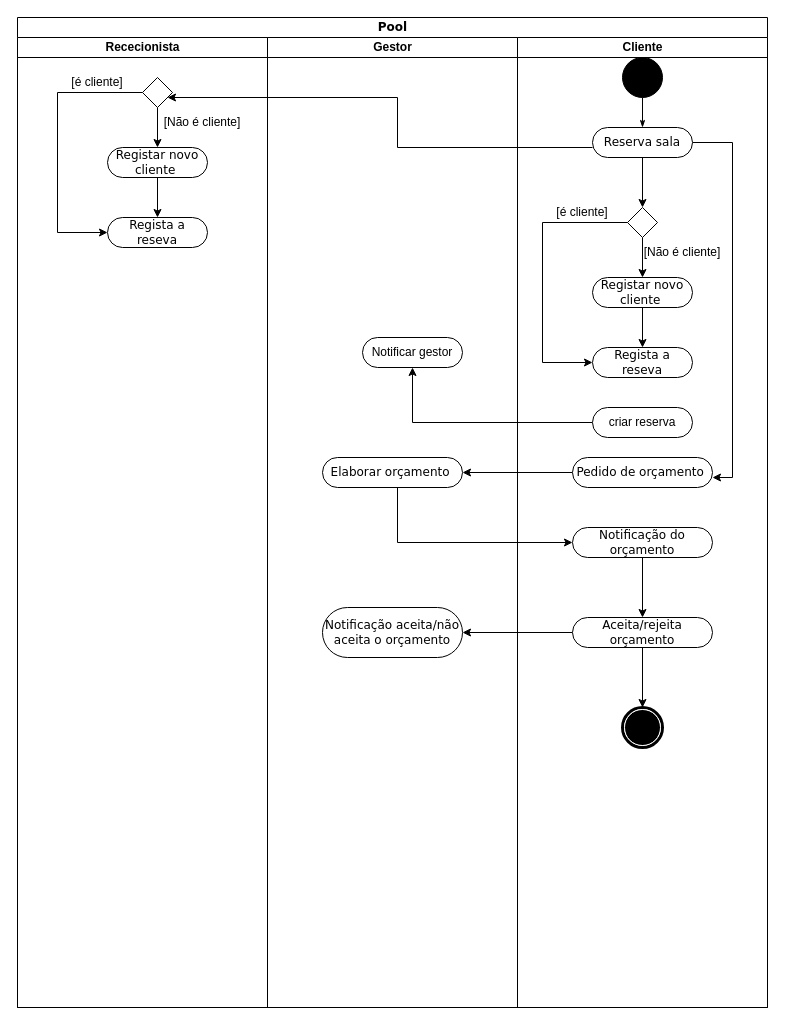
Before: Diagrama de Atividade (reserva de sala).drawio in ic3K1ng/Rooms-Equipments, a draw.io diagram. Source tidied: cells renumbered, new cells numbered last; positions are measured from the earlier drawing's top-left corner, leaving out a move shared by most shapes. Both pictures are drawn from the tidied source at 100%, with x=0, y=0 at pixel (17, 17).
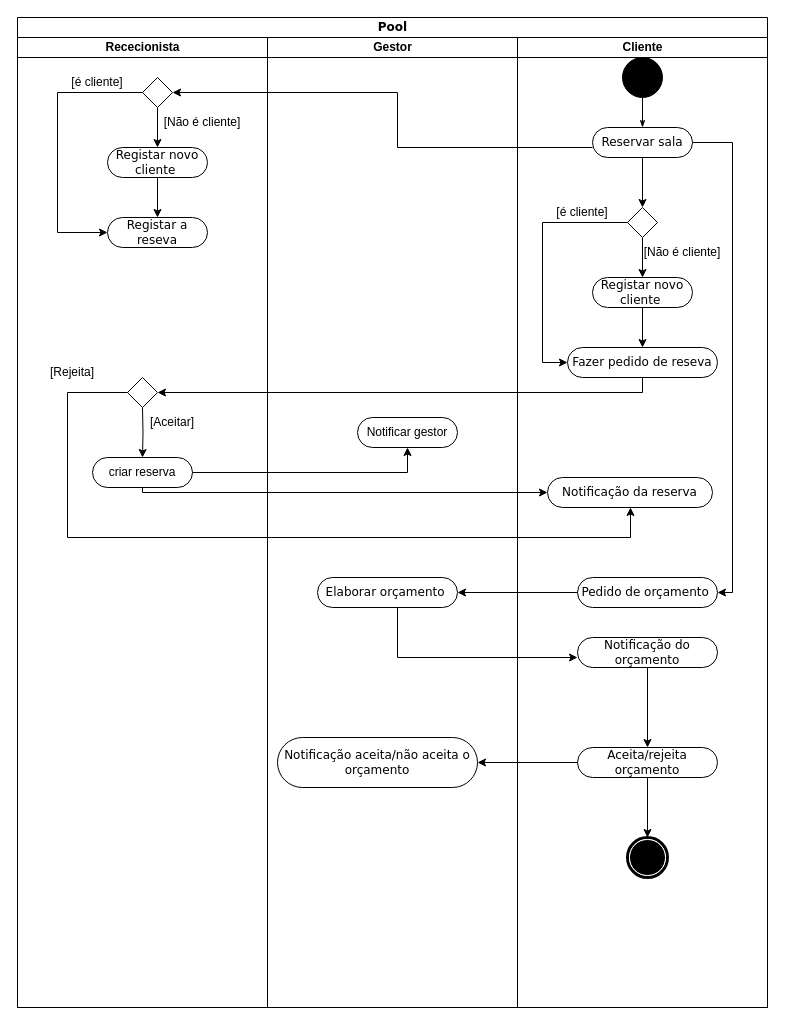
The same diagram, later.

The change refers to these unchanged cells:
```xml
<mxCell id="2" value="Pool" style="swimlane;html=1;startSize=20;rounded=0;shadow=0;comic=0;labelBackgroundColor=none;strokeWidth=1;fontFamily=Verdana;fontSize=12;align=center;" parent="1" vertex="1">
  <mxGeometry width="750" height="990" as="geometry" />
</mxCell>
<mxCell id="3" value="Rececionista" style="swimlane;html=1;startSize=20;" parent="2" vertex="1">
  <mxGeometry y="20" width="250" height="970" as="geometry" />
</mxCell>
<mxCell id="5" style="rhombus;" parent="3" vertex="1">
  <mxGeometry x="125" y="40" width="30" height="30" as="geometry" />
</mxCell>
<mxCell id="12" value="Gestor" style="swimlane;html=1;startSize=20;" parent="2" vertex="1">
  <mxGeometry x="250" y="20" width="250" height="970" as="geometry" />
</mxCell>
<mxCell id="21" value="Cliente" style="swimlane;html=1;startSize=20;" parent="2" vertex="1">
  <mxGeometry x="500" y="20" width="250" height="970" as="geometry" />
</mxCell>
```

What changed in the source:
```diff
@@
-    <mxCell id="9" value="Regista a reseva" style="rounded=1;whiteSpace=wrap;html=1;shadow=0;comic=0;labelBackgroundColor=none;strokeWidth=1;fontFamily=Verdana;fontSize=12;align=center;arcSize=50;" parent="3" vertex="1">
+    <mxCell id="9" value="Registar a reseva" style="rounded=1;whiteSpace=wrap;html=1;shadow=0;comic=0;labelBackgroundColor=none;strokeWidth=1;fontFamily=Verdana;fontSize=12;align=center;arcSize=50;" parent="3" vertex="1">
       <mxGeometry x="90" y="180" width="100" height="30" as="geometry" />
     </mxCell>
@@
+    <mxCell id="28" value="&lt;span style=&quot;font-family: Helvetica;&quot;&gt;criar reserva&lt;/span&gt;" style="rounded=1;whiteSpace=wrap;html=1;shadow=0;comic=0;labelBackgroundColor=none;strokeWidth=1;fontFamily=Verdana;fontSize=12;align=center;arcSize=50;" parent="3" vertex="1">
+      <mxGeometry x="75" y="420" width="100" height="30" as="geometry" />
+    </mxCell>
+    <mxCell id="42" style="edgeStyle=orthogonalEdgeStyle;rounded=0;jettySize=auto;html=1;entryX=0.5;entryY=0;entryDx=0;entryDy=0;" parent="3" edge="1" target="28">
+      <mxGeometry relative="1" as="geometry">
+        <mxPoint x="125" y="370" as="sourcePoint" />
+      </mxGeometry>
+    </mxCell>
+    <mxCell id="43" style="rhombus;" parent="3" vertex="1">
+      <mxGeometry x="110" y="340" width="30" height="30" as="geometry" />
+    </mxCell>
+    <mxCell id="44" value="[Aceitar]" style="text;html=1;align=center;verticalAlign=middle;whiteSpace=wrap;rounded=0;" parent="3" vertex="1">
+      <mxGeometry x="110" y="370" width="90" height="30" as="geometry" />
+    </mxCell>
+    <mxCell id="45" value="[Rejeita]" style="text;html=1;align=center;verticalAlign=middle;whiteSpace=wrap;rounded=0;" parent="3" vertex="1">
+      <mxGeometry x="10" y="320" width="90" height="30" as="geometry" />
+    </mxCell>
@@
     <mxCell id="13" value="Elaborar orçamento&amp;nbsp;" style="rounded=1;whiteSpace=wrap;html=1;shadow=0;comic=0;labelBackgroundColor=none;strokeWidth=1;fontFamily=Verdana;fontSize=12;align=center;arcSize=50;" parent="12" vertex="1">
-      <mxGeometry x="55" y="420" width="140" height="30" as="geometry" />
+      <mxGeometry x="50" y="540" width="140" height="30" as="geometry" />
     </mxCell>
+    <mxCell id="15" value="Notificação aceita/não aceita o orçamento" style="rounded=1;whiteSpace=wrap;html=1;shadow=0;comic=0;labelBackgroundColor=none;strokeWidth=1;fontFamily=Verdana;fontSize=12;align=center;arcSize=50;" parent="12" vertex="1">
+      <mxGeometry x="10" y="700" width="200" height="50" as="geometry" />
+    </mxCell>
     <mxCell id="14" value="&lt;span style=&quot;font-family: Helvetica;&quot;&gt;Notificar gestor&lt;/span&gt;" style="rounded=1;whiteSpace=wrap;html=1;shadow=0;comic=0;labelBackgroundColor=none;strokeWidth=1;fontFamily=Verdana;fontSize=12;align=center;arcSize=50;" parent="12" vertex="1">
-      <mxGeometry x="95" y="300" width="100" height="30" as="geometry" />
+      <mxGeometry x="90" y="380" width="100" height="30" as="geometry" />
     </mxCell>
-    <mxCell id="15" value="Notificação aceita/não aceita o orçamento" style="rounded=1;whiteSpace=wrap;html=1;shadow=0;comic=0;labelBackgroundColor=none;strokeWidth=1;fontFamily=Verdana;fontSize=12;align=center;arcSize=50;" parent="12" vertex="1">
-      <mxGeometry x="55" y="570" width="140" height="50" as="geometry" />
-    </mxCell>
     <mxCell id="16" style="edgeStyle=orthogonalEdgeStyle;rounded=0;jettySize=auto;html=1;" parent="2" edge="1" source="26" target="5">
       <mxGeometry relative="1" as="geometry">
         <Array as="points">
           <mxPoint x="380" y="130" />
-          <mxPoint x="380" y="80" />
+          <mxPoint x="380" y="75" />
         </Array>
       </mxGeometry>
     </mxCell>
@@
-    <mxCell id="18" style="edgeStyle=orthogonalEdgeStyle;rounded=0;jettySize=auto;html=1;" parent="2" edge="1" source="28" target="14">
-      <mxGeometry relative="1" as="geometry" />
-    </mxCell>
-    <mxCell id="19" style="edgeStyle=orthogonalEdgeStyle;rounded=0;jettySize=auto;html=1;entryX=0;entryY=0.5;entryDx=0;entryDy=0;" parent="2" edge="1" source="13" target="31">
+    <mxCell id="19" style="edgeStyle=orthogonalEdgeStyle;rounded=0;jettySize=auto;html=1;" parent="2" edge="1" source="13" target="31">
       <mxGeometry relative="1" as="geometry">
         <Array as="points">
-          <mxPoint x="380" y="525" />
+          <mxPoint x="380" y="640" />
         </Array>
       </mxGeometry>
     </mxCell>
@@
+    <mxCell id="46" style="edgeStyle=orthogonalEdgeStyle;rounded=0;jettySize=auto;html=1;entryX=1;entryY=0.5;entryDx=0;entryDy=0;" parent="2" edge="1" source="37" target="43">
+      <mxGeometry relative="1" as="geometry">
+        <Array as="points">
+          <mxPoint x="625" y="375" />
+        </Array>
+      </mxGeometry>
+    </mxCell>
+    <mxCell id="18" style="edgeStyle=orthogonalEdgeStyle;rounded=0;jettySize=auto;html=1;" parent="2" edge="1" source="28" target="14">
+      <mxGeometry relative="1" as="geometry" />
+    </mxCell>
@@
     <mxCell id="24" style="edgeStyle=orthogonalEdgeStyle;rounded=0;jettySize=auto;html=1;" parent="21" edge="1" source="26" target="27">
       <mxGeometry relative="1" as="geometry">
         <Array as="points">
           <mxPoint x="215" y="105" />
-          <mxPoint x="215" y="440" />
+          <mxPoint x="215" y="555" />
         </Array>
       </mxGeometry>
     </mxCell>
@@
-    <mxCell id="26" value="Reserva sala" style="rounded=1;whiteSpace=wrap;html=1;shadow=0;comic=0;labelBackgroundColor=none;strokeWidth=1;fontFamily=Verdana;fontSize=12;align=center;arcSize=50;" parent="21" vertex="1">
+    <mxCell id="26" value="Reservar sala" style="rounded=1;whiteSpace=wrap;html=1;shadow=0;comic=0;labelBackgroundColor=none;strokeWidth=1;fontFamily=Verdana;fontSize=12;align=center;arcSize=50;" parent="21" vertex="1">
       <mxGeometry x="75" y="90" width="100" height="30" as="geometry" />
     </mxCell>
     <mxCell id="27" value="Pedido de orçamento&amp;nbsp;" style="rounded=1;whiteSpace=wrap;html=1;shadow=0;comic=0;labelBackgroundColor=none;strokeWidth=1;fontFamily=Verdana;fontSize=12;align=center;arcSize=50;" parent="21" vertex="1">
-      <mxGeometry x="55" y="420" width="140" height="30" as="geometry" />
+      <mxGeometry x="60" y="540" width="140" height="30" as="geometry" />
     </mxCell>
-    <mxCell id="28" value="&lt;span style=&quot;font-family: Helvetica;&quot;&gt;criar reserva&lt;/span&gt;" style="rounded=1;whiteSpace=wrap;html=1;shadow=0;comic=0;labelBackgroundColor=none;strokeWidth=1;fontFamily=Verdana;fontSize=12;align=center;arcSize=50;" parent="21" vertex="1">
-      <mxGeometry x="75" y="370" width="100" height="30" as="geometry" />
-    </mxCell>
     <mxCell id="29" style="shape=mxgraph.bpmn.shape;html=1;verticalLabelPosition=bottom;labelBackgroundColor=#ffffff;verticalAlign=top;perimeter=ellipsePerimeter;outline=end;symbol=terminate;rounded=0;shadow=0;comic=0;strokeWidth=1;fontFamily=Verdana;fontSize=12;align=center;" parent="21" vertex="1">
-      <mxGeometry x="105" y="670" width="40" height="40" as="geometry" />
+      <mxGeometry x="110" y="800" width="40" height="40" as="geometry" />
     </mxCell>
@@
     <mxCell id="31" value="Notificação do orçamento" style="rounded=1;whiteSpace=wrap;html=1;shadow=0;comic=0;labelBackgroundColor=none;strokeWidth=1;fontFamily=Verdana;fontSize=12;align=center;arcSize=50;" parent="21" vertex="1">
-      <mxGeometry x="55" y="490" width="140" height="30" as="geometry" />
+      <mxGeometry x="60" y="600" width="140" height="30" as="geometry" />
     </mxCell>
@@
     <mxCell id="33" value="Aceita/rejeita orçamento" style="rounded=1;whiteSpace=wrap;html=1;shadow=0;comic=0;labelBackgroundColor=none;strokeWidth=1;fontFamily=Verdana;fontSize=12;align=center;arcSize=50;" parent="21" vertex="1">
-      <mxGeometry x="55" y="580" width="140" height="30" as="geometry" />
+      <mxGeometry x="60" y="710" width="140" height="30" as="geometry" />
     </mxCell>
@@
-    <mxCell id="37" value="Regista a reseva" style="rounded=1;whiteSpace=wrap;html=1;shadow=0;comic=0;labelBackgroundColor=none;strokeWidth=1;fontFamily=Verdana;fontSize=12;align=center;arcSize=50;" parent="21" vertex="1">
-      <mxGeometry x="75" y="310" width="100" height="30" as="geometry" />
+    <mxCell id="37" value="Fazer pedido de reseva" style="rounded=1;whiteSpace=wrap;html=1;shadow=0;comic=0;labelBackgroundColor=none;strokeWidth=1;fontFamily=Verdana;fontSize=12;align=center;arcSize=50;" parent="21" vertex="1">
+      <mxGeometry x="50" y="310" width="150" height="30" as="geometry" />
     </mxCell>
@@
+    <mxCell id="47" value="Notificação da reserva" style="rounded=1;whiteSpace=wrap;html=1;shadow=0;comic=0;labelBackgroundColor=none;strokeWidth=1;fontFamily=Verdana;fontSize=12;align=center;arcSize=50;" parent="21" vertex="1">
+      <mxGeometry x="30" y="440" width="165" height="30" as="geometry" />
+    </mxCell>
+    <mxCell id="48" style="edgeStyle=orthogonalEdgeStyle;rounded=0;jettySize=auto;html=1;" parent="2" edge="1" source="28" target="47">
+      <mxGeometry relative="1" as="geometry">
+        <Array as="points">
+          <mxPoint x="125" y="475" />
+        </Array>
+      </mxGeometry>
+    </mxCell>
+    <mxCell id="49" style="edgeStyle=orthogonalEdgeStyle;rounded=0;jettySize=auto;html=1;" parent="2" edge="1" source="43" target="47">
+      <mxGeometry relative="1" as="geometry">
+        <Array as="points">
+          <mxPoint x="50" y="375" />
+          <mxPoint x="50" y="520" />
+          <mxPoint x="613" y="520" />
+        </Array>
+      </mxGeometry>
+    </mxCell>
```
